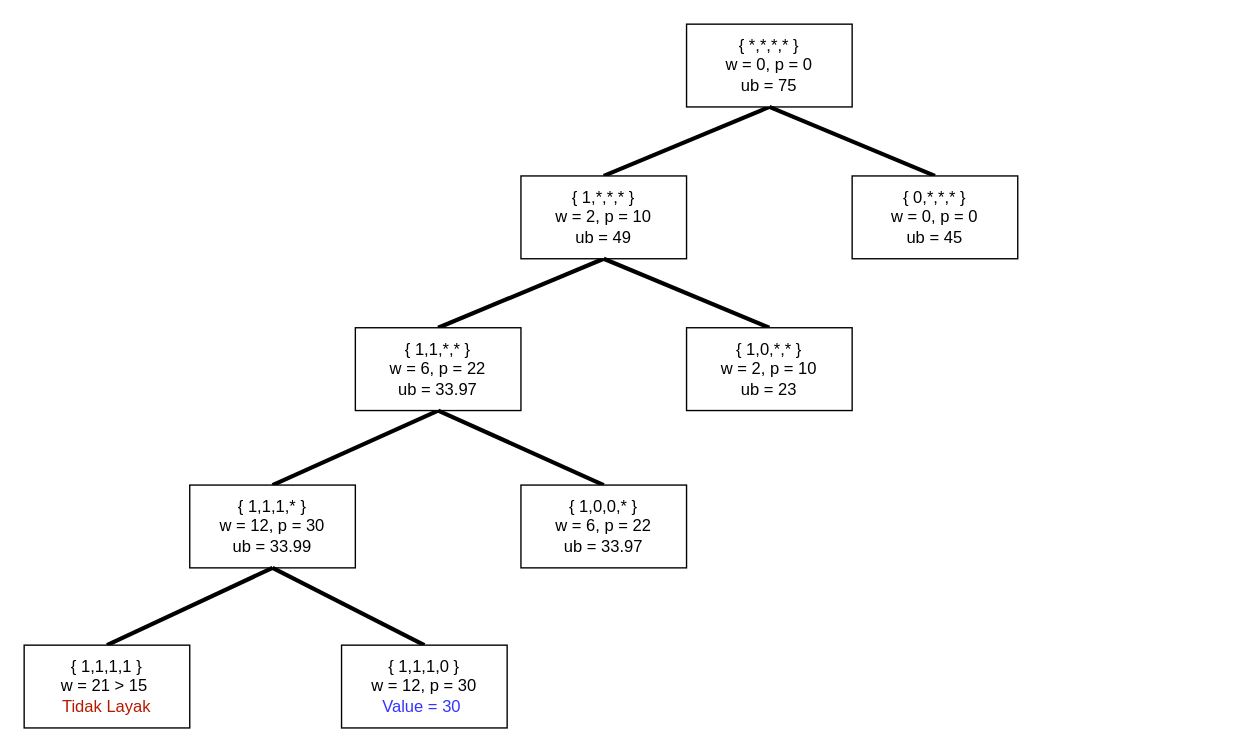
fthyll/draw-io keeps this draw.io diagram as page "Akhir" (1 of 7) of SA_Akhir.drawio. Above is the earlier version. Source tidied: cells renumbered, new cells numbered last; positions are measured from the earlier drawing's top-left corner, leaving out a move shared by most shapes. Both pictures are drawn from the tidied source at 138%, with x=0, y=0 at pixel (23, 23).
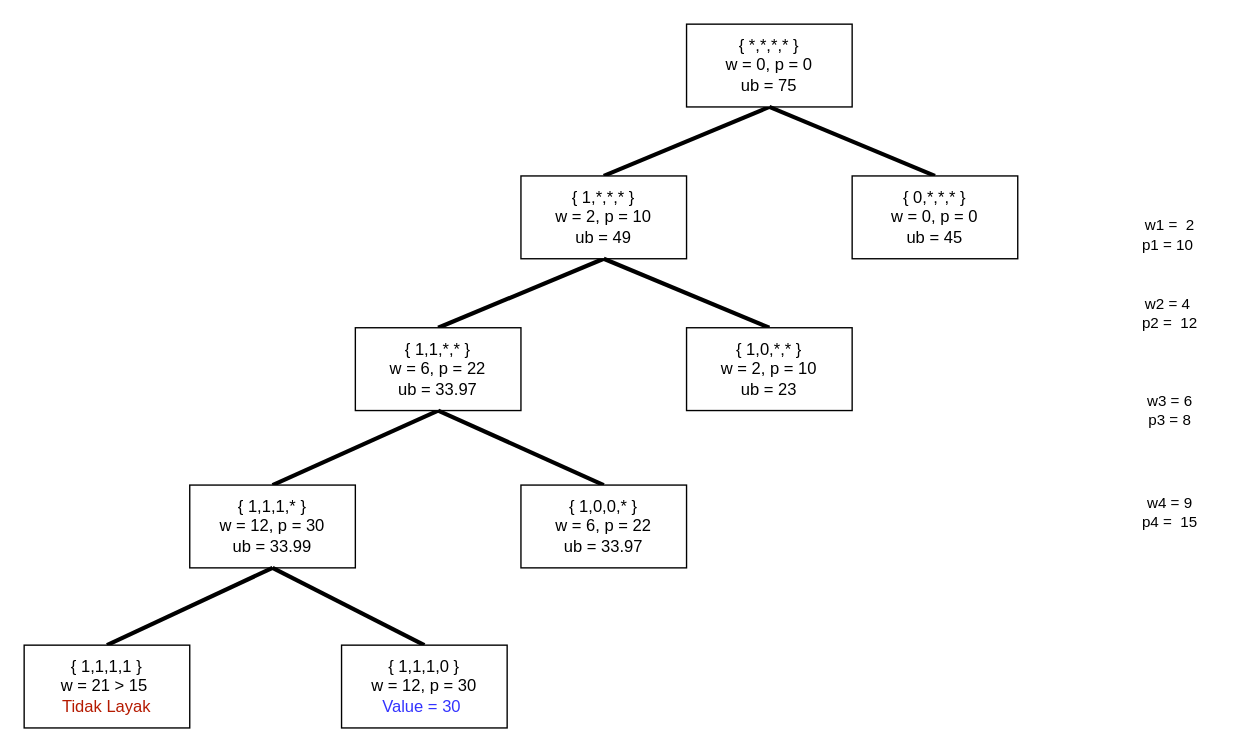
The same page after the edit.

The edit, as a diff of the source:
```diff
@@
+    <mxCell id="19" value="w1 = &amp;nbsp;2&lt;br&gt;p1 = 10&amp;nbsp;" style="text;html=1;align=center;verticalAlign=middle;strokeColor=none;fillColor=none;fontSize=11;fontFamily=Helvetica;fontColor=default;" parent="1" vertex="1">
+      <mxGeometry x="800" y="133" width="60" height="40" as="geometry" />
+    </mxCell>
+    <mxCell id="20" value="w2 = 4&amp;nbsp;&lt;br&gt;p2 = &amp;nbsp;12" style="text;html=1;align=center;verticalAlign=middle;strokeColor=none;fillColor=none;fontSize=11;fontFamily=Helvetica;fontColor=default;" parent="1" vertex="1">
+      <mxGeometry x="800" y="190" width="60" height="40" as="geometry" />
+    </mxCell>
+    <mxCell id="21" value="w3 = 6&lt;br&gt;p3 = 8" style="text;html=1;align=center;verticalAlign=middle;strokeColor=none;fillColor=none;fontSize=11;fontFamily=Helvetica;fontColor=default;" parent="1" vertex="1">
+      <mxGeometry x="800" y="260" width="60" height="40" as="geometry" />
+    </mxCell>
+    <mxCell id="22" value="w4 = 9&lt;br&gt;p4 = &amp;nbsp;15" style="text;html=1;align=center;verticalAlign=middle;strokeColor=none;fillColor=none;fontSize=11;fontFamily=Helvetica;fontColor=default;" parent="1" vertex="1">
+      <mxGeometry x="800" y="334" width="60" height="40" as="geometry" />
+    </mxCell>
```
